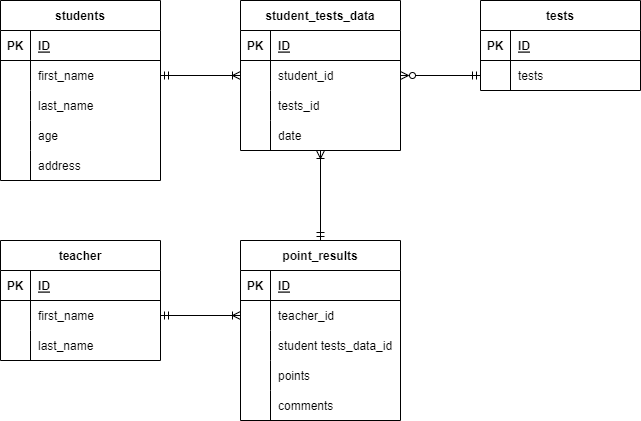
The draw.io diagram index.drawio.png in liberal-angel/DIAGRAMS.NET, before a commit. Source tidied: cells renumbered, new cells last; positions are measured from the earlier drawing's top-left corner, leaving out a move shared by most shapes.
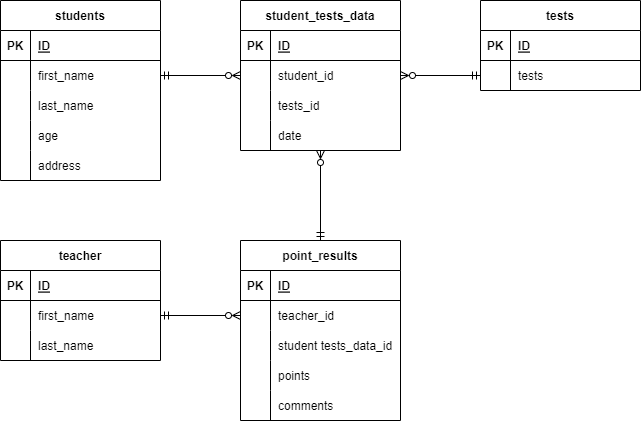
The same file after the commit.

What changed in the source:
```diff
@@ -71,7 +71,7 @@
     <mxCell id="24" value="tests" style="shape=partialRectangle;fillColor=none;top=0;left=0;bottom=0;right=0;align=left;spacingLeft=6;overflow=hidden;" parent="22" vertex="1">
       <mxGeometry x="30" width="130" height="30" as="geometry" />
     </mxCell>
-    <mxCell id="25" style="edgeStyle=none;html=1;entryX=0.5;entryY=0;entryDx=0;entryDy=0;fontSize=11;startArrow=ERoneToMany;startFill=0;endArrow=ERmandOne;endFill=0;" parent="1" edge="1" source="26" target="51">
+    <mxCell id="25" style="edgeStyle=none;html=1;entryX=0.5;entryY=0;entryDx=0;entryDy=0;fontSize=11;startArrow=ERzeroToMany;startFill=0;endArrow=ERmandOne;endFill=0;" parent="1" edge="1" source="26" target="51">
       <mxGeometry relative="1" as="geometry" />
     </mxCell>
     <mxCell id="26" value="student_tests_data" style="shape=table;startSize=30;rowLines=0;fontStyle=1;align=center;" parent="1" vertex="1">
@@ -113,7 +113,7 @@
     <mxCell id="38" value="date" style="shape=partialRectangle;fillColor=none;top=0;left=0;bottom=0;right=0;align=left;spacingLeft=6;overflow=hidden;" parent="36" vertex="1">
       <mxGeometry x="30" width="130" height="30" as="geometry" />
     </mxCell>
-    <mxCell id="39" style="edgeStyle=none;html=1;entryX=0;entryY=0.5;entryDx=0;entryDy=0;startArrow=ERmandOne;startFill=0;endArrow=ERoneToMany;endFill=0;exitX=1;exitY=0.5;exitDx=0;exitDy=0;" parent="1" edge="1" source="6" target="30">
+    <mxCell id="39" style="edgeStyle=none;html=1;entryX=0;entryY=0.5;entryDx=0;entryDy=0;startArrow=ERmandOne;startFill=0;endArrow=ERzeroToMany;endFill=0;exitX=1;exitY=0.5;exitDx=0;exitDy=0;" parent="1" edge="1" source="6" target="30">
       <mxGeometry relative="1" as="geometry" />
     </mxCell>
     <mxCell id="40" style="edgeStyle=none;html=1;endArrow=ERzeroToMany;endFill=0;startArrow=ERmandOne;startFill=0;entryX=1;entryY=0.5;entryDx=0;entryDy=0;exitX=0;exitY=0.5;exitDx=0;exitDy=0;" parent="1" edge="1" source="22" target="30">
@@ -197,7 +197,7 @@
     <mxCell id="66" value="comments" style="shape=partialRectangle;fillColor=none;top=0;left=0;bottom=0;right=0;align=left;spacingLeft=6;overflow=hidden;" parent="64" vertex="1">
       <mxGeometry x="30" width="130" height="30" as="geometry" />
     </mxCell>
-    <mxCell id="67" style="edgeStyle=none;html=1;fontSize=11;endArrow=ERoneToMany;endFill=0;startArrow=ERmandOne;startFill=0;" parent="1" edge="1" source="45" target="55">
+    <mxCell id="67" style="edgeStyle=none;html=1;fontSize=11;endArrow=ERzeroToMany;endFill=0;startArrow=ERmandOne;startFill=0;" parent="1" edge="1" source="45" target="55">
       <mxGeometry relative="1" as="geometry" />
     </mxCell>
   </root>
```
